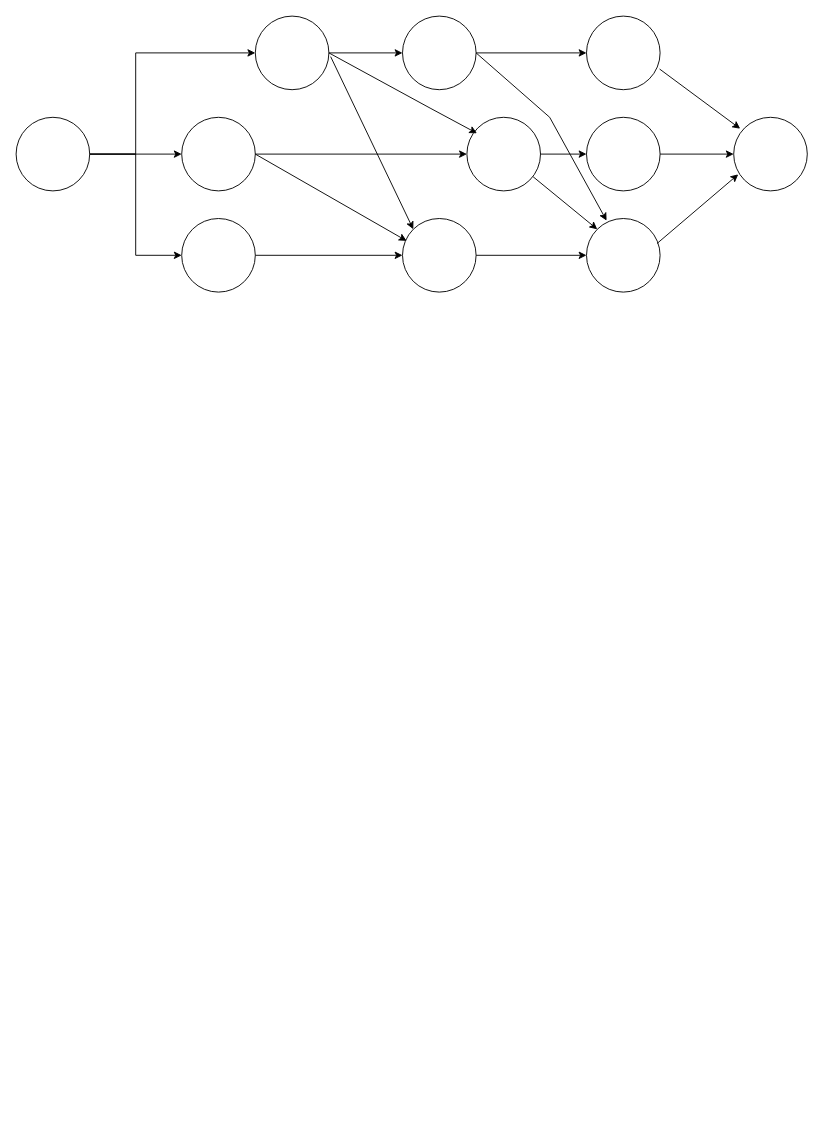
DylanBriSmith/4313Drawings keeps this draw.io diagram as ass2cpm.drawio. Above is the earlier version. Source tidied: cells renumbered, new cells numbered last; positions are measured from the earlier drawing's top-left corner, leaving out a move shared by most shapes. Both pictures are drawn from the tidied source at 92%, with x=0, y=0 at pixel (16, 16).
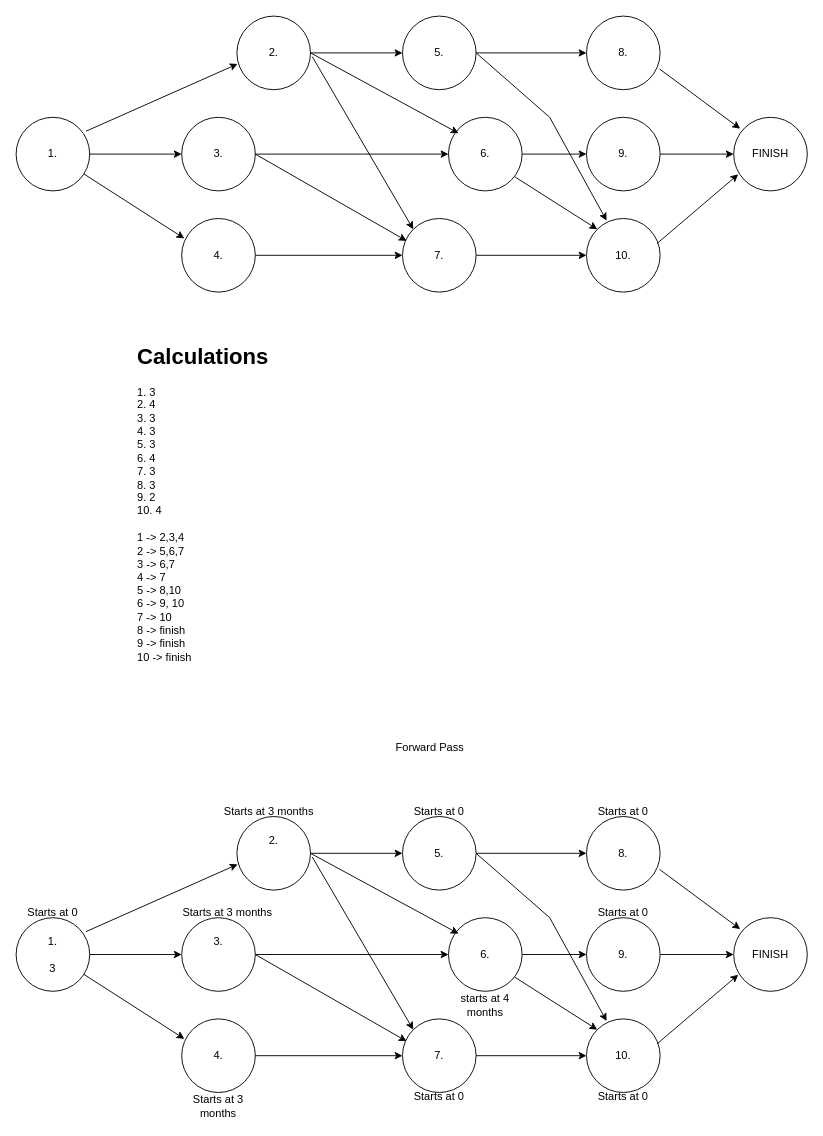
The same diagram, later.

What changed in the source:
```diff
@@
-    <mxCell id="2" style="edgeStyle=orthogonalEdgeStyle;rounded=0;jettySize=auto;html=1;entryX=0;entryY=0.5;entryDx=0;entryDy=0;" parent="1" edge="1" source="5" target="6">
-      <mxGeometry relative="1" as="geometry">
-        <Array as="points">
-          <mxPoint x="130" y="150" />
-          <mxPoint x="130" y="40" />
-        </Array>
-      </mxGeometry>
-    </mxCell>
-    <mxCell id="3" style="edgeStyle=orthogonalEdgeStyle;rounded=0;jettySize=auto;html=1;entryX=0;entryY=0.5;entryDx=0;entryDy=0;" parent="1" edge="1" source="5" target="8">
-      <mxGeometry relative="1" as="geometry" />
-    </mxCell>
-    <mxCell id="4" style="edgeStyle=orthogonalEdgeStyle;rounded=0;jettySize=auto;html=1;entryX=0;entryY=0.5;entryDx=0;entryDy=0;" parent="1" edge="1" source="5" target="7">
-      <mxGeometry relative="1" as="geometry" />
-    </mxCell>
-    <mxCell id="5" style="ellipse;whiteSpace=wrap;html=1;" parent="1" vertex="1">
+    <mxCell id="5" value="1." style="ellipse;whiteSpace=wrap;html=1;" parent="1" vertex="1">
       <mxGeometry y="110" width="80" height="80" as="geometry" />
     </mxCell>
-    <mxCell id="6" style="ellipse;whiteSpace=wrap;html=1;" parent="1" vertex="1">
-      <mxGeometry x="260" width="80" height="80" as="geometry" />
+    <mxCell id="6" value="2." style="ellipse;whiteSpace=wrap;html=1;" parent="1" vertex="1">
+      <mxGeometry x="240" width="80" height="80" as="geometry" />
     </mxCell>
-    <mxCell id="7" style="ellipse;whiteSpace=wrap;html=1;" parent="1" vertex="1">
+    <mxCell id="7" value="3." style="ellipse;whiteSpace=wrap;html=1;" parent="1" vertex="1">
       <mxGeometry x="180" y="110" width="80" height="80" as="geometry" />
     </mxCell>
-    <mxCell id="8" style="ellipse;whiteSpace=wrap;html=1;" parent="1" vertex="1">
+    <mxCell id="8" value="4." style="ellipse;whiteSpace=wrap;html=1;" parent="1" vertex="1">
       <mxGeometry x="180" y="220" width="80" height="80" as="geometry" />
     </mxCell>
-    <mxCell id="9" style="ellipse;whiteSpace=wrap;html=1;" parent="1" vertex="1">
+    <mxCell id="9" value="5." style="ellipse;whiteSpace=wrap;html=1;" parent="1" vertex="1">
       <mxGeometry x="420" width="80" height="80" as="geometry" />
     </mxCell>
-    <mxCell id="10" style="ellipse;whiteSpace=wrap;html=1;" parent="1" vertex="1">
-      <mxGeometry x="490" y="110" width="80" height="80" as="geometry" />
+    <mxCell id="10" value="6." style="ellipse;whiteSpace=wrap;html=1;" parent="1" vertex="1">
+      <mxGeometry x="470" y="110" width="80" height="80" as="geometry" />
     </mxCell>
-    <mxCell id="11" style="ellipse;whiteSpace=wrap;html=1;" parent="1" vertex="1">
+    <mxCell id="11" value="7." style="ellipse;whiteSpace=wrap;html=1;" parent="1" vertex="1">
       <mxGeometry x="420" y="220" width="80" height="80" as="geometry" />
     </mxCell>
@@
     <mxCell id="15" style="endArrow=classic;html=1;rounded=0;exitX=1;exitY=0.5;exitDx=0;exitDy=0;entryX=0.137;entryY=0.217;entryDx=0;entryDy=0;entryPerimeter=0;" parent="1" edge="1" source="6" target="10">
-      <mxGeometry relative="1" as="geometry">
-        <Array as="points">
-          <mxPoint x="450" y="100" />
-        </Array>
-      </mxGeometry>
+      <mxGeometry relative="1" as="geometry" />
     </mxCell>
@@
-    <mxCell id="18" style="ellipse;whiteSpace=wrap;html=1;" parent="1" vertex="1">
+    <mxCell id="18" value="8." style="ellipse;whiteSpace=wrap;html=1;" parent="1" vertex="1">
       <mxGeometry x="620" width="80" height="80" as="geometry" />
     </mxCell>
@@
-    <mxCell id="21" style="ellipse;whiteSpace=wrap;html=1;" parent="1" vertex="1">
+    <mxCell id="21" value="9." style="ellipse;whiteSpace=wrap;html=1;" parent="1" vertex="1">
       <mxGeometry x="620" y="110" width="80" height="80" as="geometry" />
     </mxCell>
@@
-    <mxCell id="23" style="ellipse;whiteSpace=wrap;html=1;" parent="1" vertex="1">
+    <mxCell id="23" value="10." style="ellipse;whiteSpace=wrap;html=1;" parent="1" vertex="1">
       <mxGeometry x="620" y="220" width="80" height="80" as="geometry" />
     </mxCell>
@@
-    <mxCell id="27" style="ellipse;whiteSpace=wrap;html=1;" parent="1" vertex="1">
+    <mxCell id="27" value="FINISH" style="ellipse;whiteSpace=wrap;html=1;" parent="1" vertex="1">
       <mxGeometry x="780" y="110" width="80" height="80" as="geometry" />
     </mxCell>
@@
+    <mxCell id="4" style="endArrow=classic;html=1;rounded=0;exitX=1;exitY=0.5;exitDx=0;exitDy=0;entryX=0;entryY=0.5;entryDx=0;entryDy=0;" parent="1" edge="1" source="5" target="7">
+      <mxGeometry relative="1" as="geometry" />
+    </mxCell>
+    <mxCell id="3" style="endArrow=classic;html=1;rounded=0;entryX=0.036;entryY=0.271;entryDx=0;entryDy=0;entryPerimeter=0;" parent="1" edge="1" source="5" target="8">
+      <mxGeometry relative="1" as="geometry" />
+    </mxCell>
+    <mxCell id="2" style="endArrow=classic;html=1;rounded=0;exitX=0.95;exitY=0.189;exitDx=0;exitDy=0;exitPerimeter=0;entryX=0.01;entryY=0.65;entryDx=0;entryDy=0;entryPerimeter=0;" parent="1" edge="1" source="5" target="6">
+      <mxGeometry relative="1" as="geometry" />
+    </mxCell>
+    <mxCell id="30" value="&lt;h1 style=&quot;margin-top: 0px;&quot;&gt;Calculations&lt;/h1&gt;&lt;div&gt;1. 3&lt;/div&gt;&lt;div&gt;2. 4&lt;/div&gt;&lt;div&gt;3. 3&lt;/div&gt;&lt;div&gt;4. 3&lt;/div&gt;&lt;div&gt;5. 3&lt;/div&gt;&lt;div&gt;6. 4&lt;/div&gt;&lt;div&gt;7. 3&lt;/div&gt;&lt;div&gt;8. 3&lt;/div&gt;&lt;div&gt;9. 2&lt;/div&gt;&lt;div&gt;10. 4&lt;/div&gt;&lt;div&gt;&lt;br&gt;&lt;/div&gt;&lt;div&gt;1 -&amp;gt; 2,3,4&lt;/div&gt;&lt;div&gt;2 -&amp;gt; 5,6,7&lt;/div&gt;&lt;div&gt;3 -&amp;gt; 6,7&lt;/div&gt;&lt;div&gt;4 -&amp;gt; 7&lt;/div&gt;&lt;div&gt;5 -&amp;gt; 8,10&lt;/div&gt;&lt;div&gt;6 -&amp;gt; 9, 10&lt;/div&gt;&lt;div&gt;7 -&amp;gt; 10&lt;/div&gt;&lt;div&gt;8 -&amp;gt; finish&lt;/div&gt;&lt;div&gt;9 -&amp;gt; finish&lt;/div&gt;&lt;div&gt;10 -&amp;gt; finish&lt;/div&gt;&lt;div&gt;&lt;br&gt;&lt;/div&gt;&lt;p&gt;&lt;br&gt;&lt;/p&gt;" style="text;html=1;whiteSpace=wrap;overflow=hidden;rounded=0;" parent="1" vertex="1">
+      <mxGeometry x="130" y="350" width="180" height="390" as="geometry" />
+    </mxCell>
+    <mxCell id="31" value="1.&lt;div&gt;&lt;br&gt;&lt;/div&gt;&lt;div&gt;3&lt;/div&gt;" style="ellipse;whiteSpace=wrap;html=1;" parent="1" vertex="1">
+      <mxGeometry y="980" width="80" height="80" as="geometry" />
+    </mxCell>
+    <mxCell id="32" value="2.&lt;div&gt;&lt;br&gt;&lt;/div&gt;&lt;div&gt;&lt;br&gt;&lt;/div&gt;" style="ellipse;whiteSpace=wrap;html=1;" parent="1" vertex="1">
+      <mxGeometry x="240" y="870" width="80" height="80" as="geometry" />
+    </mxCell>
+    <mxCell id="33" value="3.&lt;div&gt;&lt;br&gt;&lt;/div&gt;&lt;div&gt;&lt;br&gt;&lt;/div&gt;" style="ellipse;whiteSpace=wrap;html=1;" parent="1" vertex="1">
+      <mxGeometry x="180" y="980" width="80" height="80" as="geometry" />
+    </mxCell>
+    <mxCell id="34" value="4." style="ellipse;whiteSpace=wrap;html=1;" parent="1" vertex="1">
+      <mxGeometry x="180" y="1090" width="80" height="80" as="geometry" />
+    </mxCell>
+    <mxCell id="35" value="5." style="ellipse;whiteSpace=wrap;html=1;" parent="1" vertex="1">
+      <mxGeometry x="420" y="870" width="80" height="80" as="geometry" />
+    </mxCell>
+    <mxCell id="36" value="6." style="ellipse;whiteSpace=wrap;html=1;" parent="1" vertex="1">
+      <mxGeometry x="470" y="980" width="80" height="80" as="geometry" />
+    </mxCell>
+    <mxCell id="37" value="7." style="ellipse;whiteSpace=wrap;html=1;" parent="1" vertex="1">
+      <mxGeometry x="420" y="1090" width="80" height="80" as="geometry" />
+    </mxCell>
+    <mxCell id="38" style="endArrow=classic;html=1;rounded=0;exitX=1;exitY=0.5;exitDx=0;exitDy=0;entryX=0;entryY=0.5;entryDx=0;entryDy=0;" parent="1" edge="1" source="32" target="35">
+      <mxGeometry relative="1" as="geometry" />
+    </mxCell>
+    <mxCell id="39" style="endArrow=classic;html=1;rounded=0;exitX=1;exitY=0.5;exitDx=0;exitDy=0;entryX=0;entryY=0.5;entryDx=0;entryDy=0;" parent="1" edge="1" source="33" target="36">
+      <mxGeometry relative="1" as="geometry" />
+    </mxCell>
+    <mxCell id="40" style="endArrow=classic;html=1;rounded=0;exitX=1;exitY=0.5;exitDx=0;exitDy=0;entryX=0;entryY=0.5;entryDx=0;entryDy=0;" parent="1" edge="1" source="34" target="37">
+      <mxGeometry relative="1" as="geometry" />
+    </mxCell>
+    <mxCell id="41" style="endArrow=classic;html=1;rounded=0;exitX=1;exitY=0.5;exitDx=0;exitDy=0;entryX=0.137;entryY=0.217;entryDx=0;entryDy=0;entryPerimeter=0;" parent="1" edge="1" source="32" target="36">
+      <mxGeometry relative="1" as="geometry" />
+    </mxCell>
+    <mxCell id="42" style="endArrow=classic;html=1;rounded=0;exitX=1.024;exitY=0.551;exitDx=0;exitDy=0;exitPerimeter=0;entryX=0;entryY=0;entryDx=0;entryDy=0;" parent="1" edge="1" source="32" target="37">
+      <mxGeometry relative="1" as="geometry" />
+    </mxCell>
+    <mxCell id="43" style="endArrow=classic;html=1;rounded=0;exitX=1;exitY=0.5;exitDx=0;exitDy=0;entryX=0.056;entryY=0.304;entryDx=0;entryDy=0;entryPerimeter=0;" parent="1" edge="1" source="33" target="37">
+      <mxGeometry relative="1" as="geometry" />
+    </mxCell>
+    <mxCell id="44" value="8." style="ellipse;whiteSpace=wrap;html=1;" parent="1" vertex="1">
+      <mxGeometry x="620" y="870" width="80" height="80" as="geometry" />
+    </mxCell>
+    <mxCell id="45" style="endArrow=classic;html=1;rounded=0;exitX=1;exitY=0.5;exitDx=0;exitDy=0;entryX=0;entryY=0.5;entryDx=0;entryDy=0;" parent="1" edge="1" source="35" target="44">
+      <mxGeometry relative="1" as="geometry" />
+    </mxCell>
+    <mxCell id="46" style="edgeStyle=orthogonalEdgeStyle;rounded=0;jettySize=auto;html=1;entryX=0;entryY=0.5;entryDx=0;entryDy=0;" parent="1" edge="1" source="47" target="53">
+      <mxGeometry relative="1" as="geometry" />
+    </mxCell>
+    <mxCell id="47" value="9." style="ellipse;whiteSpace=wrap;html=1;" parent="1" vertex="1">
+      <mxGeometry x="620" y="980" width="80" height="80" as="geometry" />
+    </mxCell>
+    <mxCell id="48" style="endArrow=classic;html=1;rounded=0;exitX=1;exitY=0.5;exitDx=0;exitDy=0;entryX=0;entryY=0.5;entryDx=0;entryDy=0;" parent="1" edge="1" source="36" target="47">
+      <mxGeometry relative="1" as="geometry" />
+    </mxCell>
+    <mxCell id="49" value="10." style="ellipse;whiteSpace=wrap;html=1;" parent="1" vertex="1">
+      <mxGeometry x="620" y="1090" width="80" height="80" as="geometry" />
+    </mxCell>
+    <mxCell id="50" style="endArrow=classic;html=1;rounded=0;exitX=1;exitY=0.5;exitDx=0;exitDy=0;entryX=0;entryY=0.5;entryDx=0;entryDy=0;" parent="1" edge="1" source="37" target="49">
+      <mxGeometry relative="1" as="geometry" />
+    </mxCell>
+    <mxCell id="51" style="endArrow=classic;html=1;rounded=0;exitX=0.9;exitY=0.808;exitDx=0;exitDy=0;exitPerimeter=0;entryX=0;entryY=0;entryDx=0;entryDy=0;" parent="1" edge="1" source="36" target="49">
+      <mxGeometry relative="1" as="geometry" />
+    </mxCell>
+    <mxCell id="52" style="endArrow=classic;html=1;rounded=0;exitX=1;exitY=0.5;exitDx=0;exitDy=0;entryX=0.273;entryY=0.029;entryDx=0;entryDy=0;entryPerimeter=0;" parent="1" edge="1" source="35" target="49">
+      <mxGeometry relative="1" as="geometry">
+        <Array as="points">
+          <mxPoint x="580" y="980" />
+        </Array>
+      </mxGeometry>
+    </mxCell>
+    <mxCell id="53" value="FINISH" style="ellipse;whiteSpace=wrap;html=1;" parent="1" vertex="1">
+      <mxGeometry x="780" y="980" width="80" height="80" as="geometry" />
+    </mxCell>
+    <mxCell id="54" style="endArrow=classic;html=1;rounded=0;exitX=0.958;exitY=0.34;exitDx=0;exitDy=0;exitPerimeter=0;entryX=0.062;entryY=0.775;entryDx=0;entryDy=0;entryPerimeter=0;" parent="1" edge="1" source="49" target="53">
+      <mxGeometry relative="1" as="geometry" />
+    </mxCell>
+    <mxCell id="55" style="endArrow=classic;html=1;rounded=0;exitX=0.993;exitY=0.719;exitDx=0;exitDy=0;exitPerimeter=0;entryX=0.088;entryY=0.155;entryDx=0;entryDy=0;entryPerimeter=0;" parent="1" edge="1" source="44" target="53">
+      <mxGeometry relative="1" as="geometry" />
+    </mxCell>
+    <mxCell id="56" style="endArrow=classic;html=1;rounded=0;exitX=1;exitY=0.5;exitDx=0;exitDy=0;entryX=0;entryY=0.5;entryDx=0;entryDy=0;" parent="1" edge="1" source="31" target="33">
+      <mxGeometry relative="1" as="geometry" />
+    </mxCell>
+    <mxCell id="57" style="endArrow=classic;html=1;rounded=0;entryX=0.036;entryY=0.271;entryDx=0;entryDy=0;entryPerimeter=0;" parent="1" edge="1" source="31" target="34">
+      <mxGeometry relative="1" as="geometry" />
+    </mxCell>
+    <mxCell id="58" style="endArrow=classic;html=1;rounded=0;exitX=0.95;exitY=0.189;exitDx=0;exitDy=0;exitPerimeter=0;entryX=0.01;entryY=0.65;entryDx=0;entryDy=0;entryPerimeter=0;" parent="1" edge="1" source="31" target="32">
+      <mxGeometry relative="1" as="geometry" />
+    </mxCell>
+    <mxCell id="59" value="Forward Pass" style="text;html=1;whiteSpace=wrap;strokeColor=none;fillColor=none;align=center;verticalAlign=middle;rounded=0;" parent="1" vertex="1">
+      <mxGeometry x="380" y="780" width="140" height="30" as="geometry" />
+    </mxCell>
+    <mxCell id="60" value="Starts at 0" style="text;html=1;whiteSpace=wrap;strokeColor=none;fillColor=none;align=center;verticalAlign=middle;rounded=0;" parent="1" vertex="1">
+      <mxGeometry x="10" y="960" width="60" height="30" as="geometry" />
+    </mxCell>
+    <mxCell id="61" value="Starts at 3 months" style="text;html=1;whiteSpace=wrap;strokeColor=none;fillColor=none;align=center;verticalAlign=middle;rounded=0;" parent="1" vertex="1">
+      <mxGeometry x="190" y="1170" width="60" height="30" as="geometry" />
+    </mxCell>
+    <mxCell id="62" value="Starts at 3 months" style="text;html=1;whiteSpace=wrap;strokeColor=none;fillColor=none;align=center;verticalAlign=middle;rounded=0;" parent="1" vertex="1">
+      <mxGeometry x="180" y="960" width="100" height="30" as="geometry" />
+    </mxCell>
+    <mxCell id="63" value="Starts at 3 months" style="text;html=1;whiteSpace=wrap;strokeColor=none;fillColor=none;align=center;verticalAlign=middle;rounded=0;" parent="1" vertex="1">
+      <mxGeometry x="225" y="850" width="100" height="30" as="geometry" />
+    </mxCell>
+    <mxCell id="64" value="Starts at 0" style="text;html=1;whiteSpace=wrap;strokeColor=none;fillColor=none;align=center;verticalAlign=middle;rounded=0;" parent="1" vertex="1">
+      <mxGeometry x="430" y="1160" width="60" height="30" as="geometry" />
+    </mxCell>
+    <mxCell id="65" value="starts at 4 months" style="text;html=1;whiteSpace=wrap;strokeColor=none;fillColor=none;align=center;verticalAlign=middle;rounded=0;" parent="1" vertex="1">
+      <mxGeometry x="480" y="1060" width="60" height="30" as="geometry" />
+    </mxCell>
+    <mxCell id="66" value="Starts at 0" style="text;html=1;whiteSpace=wrap;strokeColor=none;fillColor=none;align=center;verticalAlign=middle;rounded=0;" parent="1" vertex="1">
+      <mxGeometry x="430" y="850" width="60" height="30" as="geometry" />
+    </mxCell>
+    <mxCell id="67" value="Starts at 0" style="text;html=1;whiteSpace=wrap;strokeColor=none;fillColor=none;align=center;verticalAlign=middle;rounded=0;" parent="1" vertex="1">
+      <mxGeometry x="630" y="850" width="60" height="30" as="geometry" />
+    </mxCell>
+    <mxCell id="68" value="Starts at 0" style="text;html=1;whiteSpace=wrap;strokeColor=none;fillColor=none;align=center;verticalAlign=middle;rounded=0;" parent="1" vertex="1">
+      <mxGeometry x="630" y="960" width="60" height="30" as="geometry" />
+    </mxCell>
+    <mxCell id="69" value="Starts at 0" style="text;html=1;whiteSpace=wrap;strokeColor=none;fillColor=none;align=center;verticalAlign=middle;rounded=0;" parent="1" vertex="1">
+      <mxGeometry x="630" y="1160" width="60" height="30" as="geometry" />
+    </mxCell>
```
